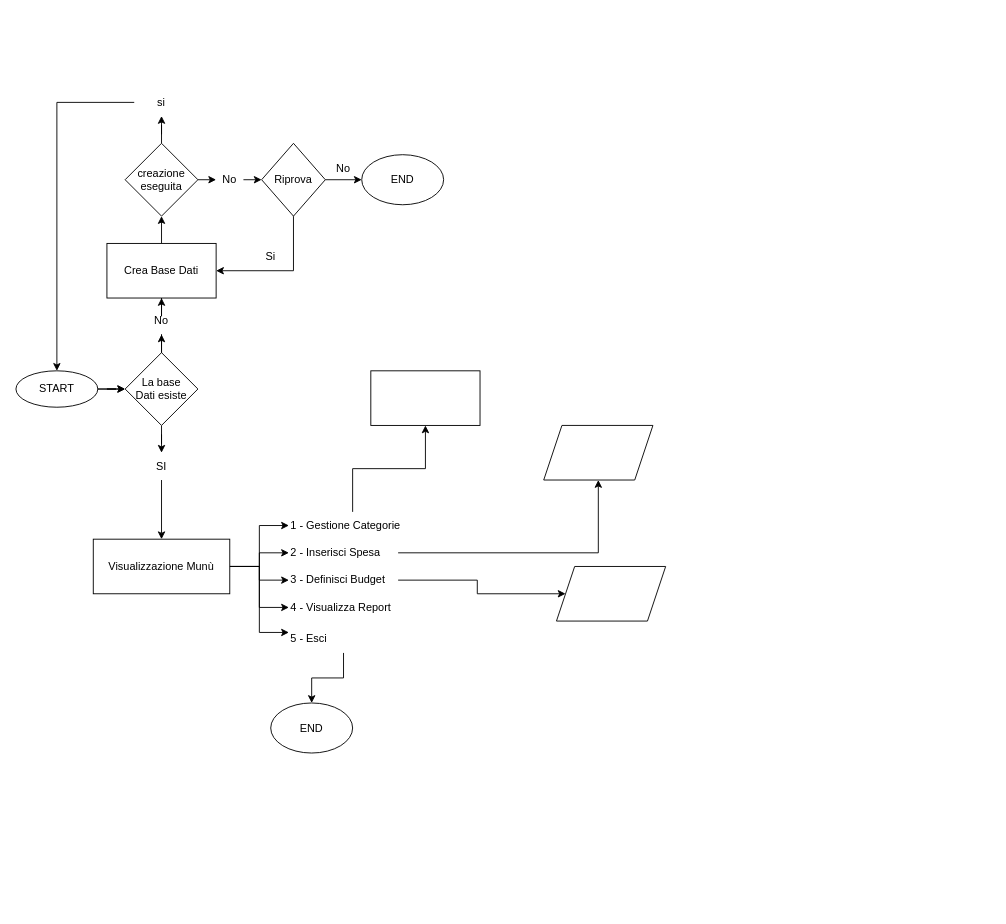
gaetano-falletta/GaetanoFallettaPersonalExpenseSystem keeps this draw.io diagram as DiagrammaProcessiGeSpe.drawio. Above is the earlier version. Source tidied: cells renumbered, new cells numbered last; positions are measured from the earlier drawing's top-left corner, leaving out a move shared by most shapes. Both pictures are drawn from the tidied source at 91%, with x=0, y=0 at pixel (15, 88).
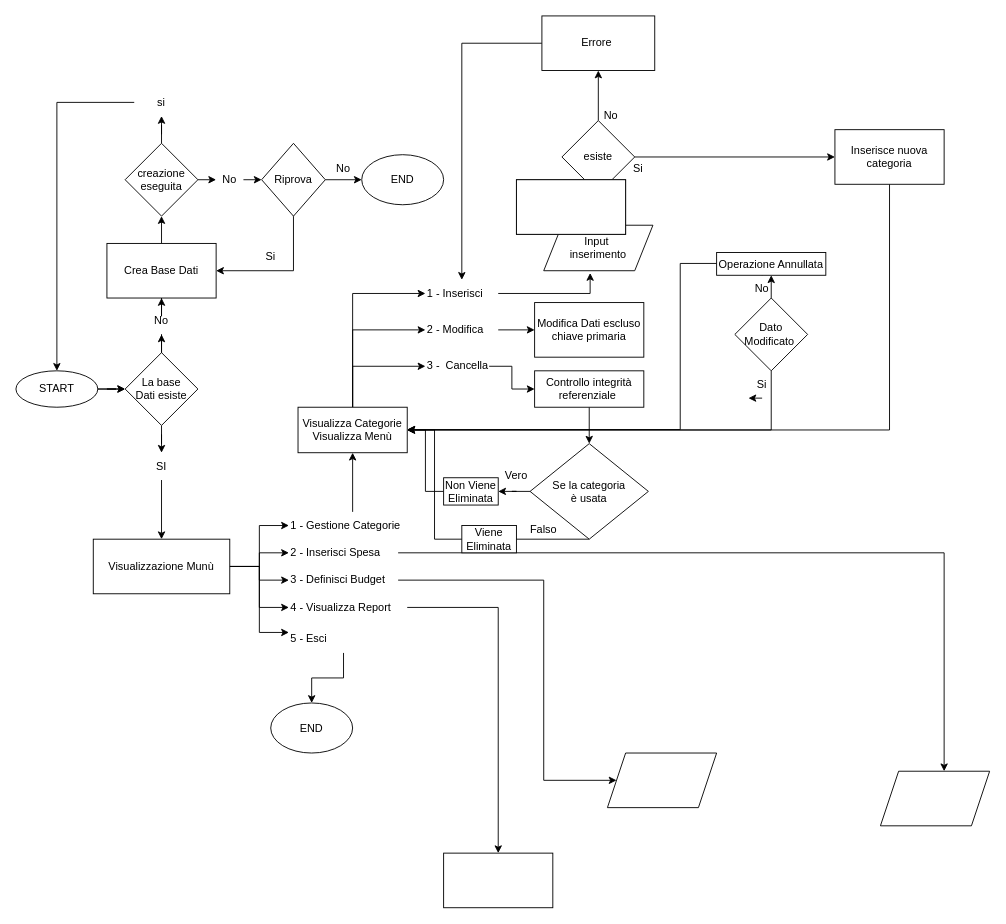
The same page after the edit.

Unchanged cells that the change refers to:
```xml
<mxCell id="28" value="1 - Gestione Categorie" style="text;html=1;whiteSpace=wrap;strokeColor=none;fillColor=none;align=left;verticalAlign=middle;rounded=0;" parent="1" vertex="1">
  <mxGeometry x="300" y="465" width="140" height="30" as="geometry" />
</mxCell>
<mxCell id="30" value="2 - Inserisci Spesa&amp;nbsp;" style="text;html=1;whiteSpace=wrap;strokeColor=none;fillColor=none;align=left;verticalAlign=middle;rounded=0;" parent="1" vertex="1">
  <mxGeometry x="300" y="495" width="120" height="30" as="geometry" />
</mxCell>
<mxCell id="32" value="3 - Definisci Budget" style="text;html=1;whiteSpace=wrap;strokeColor=none;fillColor=none;align=left;verticalAlign=middle;rounded=0;" parent="1" vertex="1">
  <mxGeometry x="300" y="525" width="120" height="30" as="geometry" />
</mxCell>
<mxCell id="33" value="4 - Visualizza Report" style="text;html=1;whiteSpace=wrap;strokeColor=none;fillColor=none;align=left;verticalAlign=middle;rounded=0;" parent="1" vertex="1">
  <mxGeometry x="300" y="555" width="130" height="30" as="geometry" />
</mxCell>
```

Change to the diagram source:
```diff
@@
-    <mxCell id="27" style="edgeStyle=orthogonalEdgeStyle;rounded=0;jettySize=auto;html=1;" parent="1" edge="1" source="28" target="36">
-      <mxGeometry relative="1" as="geometry" />
-    </mxCell>
+    <mxCell id="46" style="edgeStyle=orthogonalEdgeStyle;rounded=0;jettySize=auto;html=1;" parent="1" edge="1" source="28" target="56">
+      <mxGeometry relative="1" as="geometry" />
+    </mxCell>
@@
     <mxCell id="29" style="edgeStyle=orthogonalEdgeStyle;rounded=0;jettySize=auto;html=1;" parent="1" edge="1" source="30" target="37">
-      <mxGeometry relative="1" as="geometry" />
+      <mxGeometry relative="1" as="geometry">
+        <Array as="points">
+          <mxPoint x="1020" y="510" />
+        </Array>
+      </mxGeometry>
     </mxCell>
@@
     <mxCell id="31" style="edgeStyle=orthogonalEdgeStyle;rounded=0;jettySize=auto;html=1;entryX=0;entryY=0.5;entryDx=0;entryDy=0;" parent="1" edge="1" source="32" target="38">
-      <mxGeometry relative="1" as="geometry" />
+      <mxGeometry relative="1" as="geometry">
+        <Array as="points">
+          <mxPoint x="580" y="540" />
+          <mxPoint x="580" y="760" />
+        </Array>
+      </mxGeometry>
     </mxCell>
@@
+    <mxCell id="47" style="edgeStyle=orthogonalEdgeStyle;rounded=0;jettySize=auto;html=1;" parent="1" edge="1" source="33" target="91">
+      <mxGeometry relative="1" as="geometry" />
+    </mxCell>
@@
-    <mxCell id="36" value="&amp;nbsp; " style="whiteSpace=wrap;html=1;" parent="1" vertex="1">
-      <mxGeometry x="390" y="310" width="120" height="60" as="geometry" />
-    </mxCell>
     <mxCell id="37" style="shape=parallelogram;perimeter=parallelogramPerimeter;whiteSpace=wrap;html=1;fixedSize=1;" parent="1" vertex="1">
-      <mxGeometry x="580" y="370" width="120" height="60" as="geometry" />
+      <mxGeometry x="950" y="750" width="120" height="60" as="geometry" />
     </mxCell>
     <mxCell id="38" style="shape=parallelogram;perimeter=parallelogramPerimeter;whiteSpace=wrap;html=1;fixedSize=1;" parent="1" vertex="1">
-      <mxGeometry x="594" y="525" width="120" height="60" as="geometry" />
+      <mxGeometry x="650" y="730" width="120" height="60" as="geometry" />
     </mxCell>
@@
+    <mxCell id="48" value="1 - Inserisci" style="text;html=1;whiteSpace=wrap;strokeColor=none;fillColor=none;align=left;verticalAlign=middle;rounded=0;" parent="1" vertex="1">
+      <mxGeometry x="450" y="210" width="80" height="30" as="geometry" />
+    </mxCell>
+    <mxCell id="49" style="edgeStyle=orthogonalEdgeStyle;rounded=0;jettySize=auto;html=1;" parent="1" edge="1" source="50" target="64">
+      <mxGeometry relative="1" as="geometry" />
+    </mxCell>
+    <mxCell id="50" value="2 - Modifica" style="text;html=1;whiteSpace=wrap;strokeColor=none;fillColor=none;align=left;verticalAlign=middle;rounded=0;" parent="1" vertex="1">
+      <mxGeometry x="450" y="250" width="80" height="30" as="geometry" />
+    </mxCell>
+    <mxCell id="51" style="edgeStyle=orthogonalEdgeStyle;rounded=0;jettySize=auto;html=1;exitX=1;exitY=0.5;exitDx=0;exitDy=0;entryX=0;entryY=0.5;entryDx=0;entryDy=0;" parent="1" edge="1" source="52" target="82">
+      <mxGeometry relative="1" as="geometry" />
+    </mxCell>
+    <mxCell id="52" value="3 -&amp;nbsp; Cancella" style="text;html=1;whiteSpace=wrap;strokeColor=none;fillColor=none;align=left;verticalAlign=middle;rounded=0;" parent="1" vertex="1">
+      <mxGeometry x="450" y="290" width="70" height="30" as="geometry" />
+    </mxCell>
+    <mxCell id="53" style="edgeStyle=orthogonalEdgeStyle;rounded=0;jettySize=auto;html=1;entryX=0;entryY=0.5;entryDx=0;entryDy=0;exitX=0.5;exitY=0;exitDx=0;exitDy=0;" parent="1" edge="1" source="56" target="48">
+      <mxGeometry relative="1" as="geometry" />
+    </mxCell>
+    <mxCell id="54" style="edgeStyle=orthogonalEdgeStyle;rounded=0;jettySize=auto;html=1;entryX=0;entryY=0.5;entryDx=0;entryDy=0;exitX=0.5;exitY=0;exitDx=0;exitDy=0;" parent="1" edge="1" source="56" target="50">
+      <mxGeometry relative="1" as="geometry" />
+    </mxCell>
+    <mxCell id="55" style="edgeStyle=orthogonalEdgeStyle;rounded=0;jettySize=auto;html=1;entryX=0;entryY=0.5;entryDx=0;entryDy=0;exitX=0.5;exitY=0;exitDx=0;exitDy=0;" parent="1" edge="1" source="56" target="52">
+      <mxGeometry relative="1" as="geometry">
+        <Array as="points">
+          <mxPoint x="370" y="305" />
+        </Array>
+      </mxGeometry>
+    </mxCell>
+    <mxCell id="56" value="Visualizza Categorie&lt;br&gt;Visualizza Menù" style="whiteSpace=wrap;html=1;" parent="1" vertex="1">
+      <mxGeometry x="310" y="350" width="120" height="50" as="geometry" />
+    </mxCell>
+    <mxCell id="57" style="edgeStyle=orthogonalEdgeStyle;rounded=0;jettySize=auto;html=1;" parent="1" edge="1" source="59" target="61">
+      <mxGeometry relative="1" as="geometry" />
+    </mxCell>
+    <mxCell id="58" style="edgeStyle=orthogonalEdgeStyle;rounded=0;jettySize=auto;html=1;exitX=0.5;exitY=0;exitDx=0;exitDy=0;" parent="1" edge="1" source="59" target="63">
+      <mxGeometry relative="1" as="geometry" />
+    </mxCell>
+    <mxCell id="59" value="esiste" style="rhombus;whiteSpace=wrap;html=1;" parent="1" vertex="1">
+      <mxGeometry x="600" y="35" width="80" height="80" as="geometry" />
+    </mxCell>
+    <mxCell id="60" style="edgeStyle=orthogonalEdgeStyle;rounded=0;jettySize=auto;html=1;exitX=0.5;exitY=1;exitDx=0;exitDy=0;entryX=1;entryY=0.5;entryDx=0;entryDy=0;" parent="1" edge="1" source="61" target="56">
+      <mxGeometry relative="1" as="geometry" />
+    </mxCell>
+    <mxCell id="61" value="Inserisce nuova categoria" style="whiteSpace=wrap;html=1;" parent="1" vertex="1">
+      <mxGeometry x="900" y="45" width="120" height="60" as="geometry" />
+    </mxCell>
+    <mxCell id="62" style="edgeStyle=orthogonalEdgeStyle;rounded=0;jettySize=auto;html=1;" parent="1" edge="1" source="63" target="48">
+      <mxGeometry relative="1" as="geometry" />
+    </mxCell>
+    <mxCell id="63" value="Errore&amp;nbsp;" style="whiteSpace=wrap;html=1;" parent="1" vertex="1">
+      <mxGeometry x="578" y="-80" width="124" height="60" as="geometry" />
+    </mxCell>
+    <mxCell id="64" value="Modifica Dati escluso chiave primaria" style="whiteSpace=wrap;html=1;" parent="1" vertex="1">
+      <mxGeometry x="570" y="235" width="120" height="60" as="geometry" />
+    </mxCell>
+    <mxCell id="65" style="edgeStyle=orthogonalEdgeStyle;rounded=0;jettySize=auto;html=1;" parent="1" edge="1" source="66" target="59">
+      <mxGeometry relative="1" as="geometry" />
+    </mxCell>
+    <mxCell id="66" value="Input&amp;nbsp;&lt;div&gt;inserimento&lt;/div&gt;" style="shape=parallelogram;perimeter=parallelogramPerimeter;whiteSpace=wrap;html=1;fixedSize=1;" parent="1" vertex="1">
+      <mxGeometry x="580" y="150" width="120" height="50" as="geometry" />
+    </mxCell>
+    <mxCell id="67" style="edgeStyle=orthogonalEdgeStyle;rounded=0;jettySize=auto;html=1;exitX=1;exitY=0.5;exitDx=0;exitDy=0;entryX=0.425;entryY=1.05;entryDx=0;entryDy=0;entryPerimeter=0;" parent="1" edge="1" source="48" target="66">
+      <mxGeometry relative="1" as="geometry" />
+    </mxCell>
+    <mxCell id="68" style="edgeStyle=orthogonalEdgeStyle;rounded=0;jettySize=auto;html=1;exitX=0.5;exitY=1;exitDx=0;exitDy=0;entryX=1;entryY=0.5;entryDx=0;entryDy=0;" parent="1" edge="1" source="70" target="56">
+      <mxGeometry relative="1" as="geometry" />
+    </mxCell>
+    <mxCell id="69" style="edgeStyle=orthogonalEdgeStyle;rounded=0;jettySize=auto;html=1;exitX=0.5;exitY=0;exitDx=0;exitDy=0;entryX=0.5;entryY=1;entryDx=0;entryDy=0;" parent="1" edge="1" source="70" target="78">
+      <mxGeometry relative="1" as="geometry" />
+    </mxCell>
+    <mxCell id="70" value="Dato Modificato&amp;nbsp;" style="rhombus;whiteSpace=wrap;html=1;" parent="1" vertex="1">
+      <mxGeometry x="790" y="230" width="80" height="80" as="geometry" />
+    </mxCell>
+    <mxCell id="71" style="edgeStyle=orthogonalEdgeStyle;rounded=0;jettySize=auto;html=1;" parent="1" edge="1" source="72" target="78">
+      <mxGeometry relative="1" as="geometry" />
+    </mxCell>
+    <mxCell id="72" value="No" style="text;html=1;whiteSpace=wrap;strokeColor=none;fillColor=none;align=center;verticalAlign=middle;rounded=0;" parent="1" vertex="1">
+      <mxGeometry x="790" y="205" width="60" height="30" as="geometry" />
+    </mxCell>
+    <mxCell id="73" value="No" style="text;html=1;whiteSpace=wrap;strokeColor=none;fillColor=none;align=center;verticalAlign=middle;rounded=0;" parent="1" vertex="1">
+      <mxGeometry x="624" y="15" width="60" height="30" as="geometry" />
+    </mxCell>
+    <mxCell id="74" value="Si" style="text;html=1;whiteSpace=wrap;strokeColor=none;fillColor=none;align=center;verticalAlign=middle;rounded=0;" parent="1" vertex="1">
+      <mxGeometry x="654" y="72.5" width="60" height="30" as="geometry" />
+    </mxCell>
+    <mxCell id="75" value="Si" style="text;html=1;whiteSpace=wrap;strokeColor=none;fillColor=none;align=center;verticalAlign=middle;rounded=0;" parent="1" vertex="1">
+      <mxGeometry x="790" y="310" width="60" height="30" as="geometry" />
+    </mxCell>
+    <mxCell id="76" style="rounded=0;whiteSpace=wrap;html=1;" parent="1" vertex="1">
+      <mxGeometry x="550" y="100" width="120" height="60" as="geometry" />
+    </mxCell>
+    <mxCell id="77" style="edgeStyle=orthogonalEdgeStyle;rounded=0;orthogonalLoop=1;jettySize=auto;html=1;exitX=0;exitY=0.5;exitDx=0;exitDy=0;entryX=1;entryY=0.5;entryDx=0;entryDy=0;" parent="1" edge="1">
+      <mxGeometry relative="1" as="geometry">
+        <mxPoint x="770" y="192" as="sourcePoint" />
+        <mxPoint x="430" y="374.5" as="targetPoint" />
+        <Array as="points">
+          <mxPoint x="730" y="192" />
+          <mxPoint x="730" y="375" />
+        </Array>
+      </mxGeometry>
+    </mxCell>
+    <mxCell id="78" value="Operazione Annullata" style="whiteSpace=wrap;html=1;" parent="1" vertex="1">
+      <mxGeometry x="770" y="180" width="120" height="25" as="geometry" />
+    </mxCell>
+    <mxCell id="79" style="edgeStyle=orthogonalEdgeStyle;rounded=0;orthogonalLoop=1;jettySize=auto;html=1;exitX=0.5;exitY=1;exitDx=0;exitDy=0;entryX=0.25;entryY=1;entryDx=0;entryDy=0;" parent="1" edge="1" source="75" target="75">
+      <mxGeometry relative="1" as="geometry" />
+    </mxCell>
+    <mxCell id="80" style="rounded=0;whiteSpace=wrap;html=1;" parent="1" vertex="1">
+      <mxGeometry x="550" y="100" width="120" height="60" as="geometry" />
+    </mxCell>
+    <mxCell id="81" style="edgeStyle=orthogonalEdgeStyle;rounded=0;jettySize=auto;html=1;" parent="1" edge="1" source="82" target="85">
+      <mxGeometry relative="1" as="geometry" />
+    </mxCell>
+    <mxCell id="82" value="Controllo integrità referenziale&amp;nbsp;" style="rounded=0;whiteSpace=wrap;html=1;" parent="1" vertex="1">
+      <mxGeometry x="570" y="310" width="120" height="40" as="geometry" />
+    </mxCell>
+    <mxCell id="83" style="edgeStyle=orthogonalEdgeStyle;rounded=0;jettySize=auto;html=1;exitX=0.5;exitY=1;exitDx=0;exitDy=0;entryX=1;entryY=0.5;entryDx=0;entryDy=0;" parent="1" edge="1" source="85" target="56">
+      <mxGeometry relative="1" as="geometry">
+        <Array as="points">
+          <mxPoint x="460" y="495" />
+          <mxPoint x="460" y="375" />
+        </Array>
+      </mxGeometry>
+    </mxCell>
+    <mxCell id="84" style="edgeStyle=orthogonalEdgeStyle;rounded=0;jettySize=auto;html=1;" parent="1" edge="1" source="85" target="89">
+      <mxGeometry relative="1" as="geometry" />
+    </mxCell>
+    <mxCell id="85" value="Se la categoria&lt;div&gt;&amp;nbsp;è usata&amp;nbsp;&lt;/div&gt;" style="rhombus;whiteSpace=wrap;html=1;rounded=0;" parent="1" vertex="1">
+      <mxGeometry x="565" y="390" width="130" height="105" as="geometry" />
+    </mxCell>
+    <mxCell id="86" value="Falso" style="text;html=1;whiteSpace=wrap;strokeColor=none;fillColor=none;align=center;verticalAlign=middle;rounded=0;" parent="1" vertex="1">
+      <mxGeometry x="550" y="470" width="60" height="30" as="geometry" />
+    </mxCell>
+    <mxCell id="87" value="Vero" style="text;html=1;whiteSpace=wrap;strokeColor=none;fillColor=none;align=center;verticalAlign=middle;rounded=0;" parent="1" vertex="1">
+      <mxGeometry x="520" y="410" width="60" height="30" as="geometry" />
+    </mxCell>
+    <mxCell id="88" style="edgeStyle=orthogonalEdgeStyle;rounded=0;jettySize=auto;html=1;exitX=0;exitY=0.5;exitDx=0;exitDy=0;entryX=1;entryY=0.5;entryDx=0;entryDy=0;" parent="1" edge="1" source="89" target="56">
+      <mxGeometry relative="1" as="geometry" />
+    </mxCell>
+    <mxCell id="89" value="Non Viene Eliminata" style="whiteSpace=wrap;html=1;rounded=0;" parent="1" vertex="1">
+      <mxGeometry x="470" y="427.5" width="60" height="30" as="geometry" />
+    </mxCell>
+    <mxCell id="90" value="Viene Eliminata" style="whiteSpace=wrap;html=1;rounded=0;" parent="1" vertex="1">
+      <mxGeometry x="490" y="480" width="60" height="30" as="geometry" />
+    </mxCell>
+    <mxCell id="91" style="whiteSpace=wrap;html=1;" parent="1" vertex="1">
+      <mxGeometry x="470" y="840" width="120" height="60" as="geometry" />
+    </mxCell>
```
